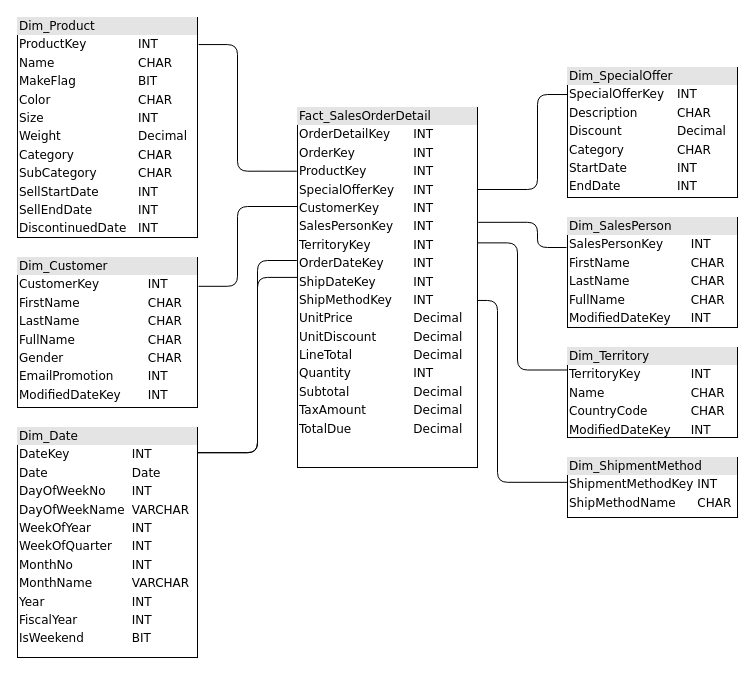
SlatanEnLexSemester4/Data-Warehousing-en-Business-Intelligence keeps this draw.io diagram as DW_diagram.drawio. Above is the earlier version. Source tidied: cells renumbered, new cells numbered last; positions are measured from the earlier drawing's top-left corner, leaving out a move shared by most shapes. Both pictures are drawn from the tidied source at 100%, with x=0, y=0 at pixel (17, 17).
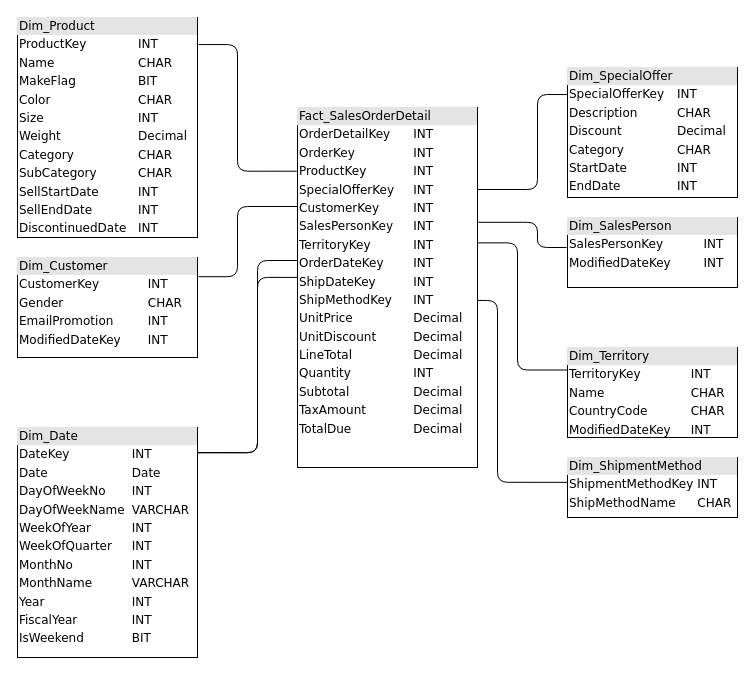
The same page after the edit.

The change refers to these unchanged cells:
```xml
<mxCell id="2" value="&lt;div style=&quot;box-sizing: border-box ; width: 100% ; background: #e4e4e4 ; padding: 2px&quot;&gt;Fact_SalesOrderDetail&lt;/div&gt;&lt;table style=&quot;width: 100% ; font-size: 1em&quot; cellspacing=&quot;0&quot; cellpadding=&quot;2&quot;&gt;&lt;tbody&gt;&lt;tr&gt;&lt;td&gt;OrderDetailKey&lt;/td&gt;&lt;td&gt;INT&lt;/td&gt;&lt;td&gt;&lt;br&gt;&lt;/td&gt;&lt;/tr&gt;&lt;tr&gt;&lt;td&gt;OrderKey&lt;/td&gt;&lt;td&gt;INT&lt;/td&gt;&lt;td&gt;&lt;br&gt;&lt;/td&gt;&lt;/tr&gt;&lt;tr&gt;&lt;td&gt;ProductKey&lt;/td&gt;&lt;td&gt;INT&lt;/td&gt;&lt;td&gt;&lt;br&gt;&lt;/td&gt;&lt;/tr&gt;&lt;tr&gt;&lt;td&gt;SpecialOfferKey&lt;br&gt;&lt;/td&gt;&lt;td&gt;INT&lt;/td&gt;&lt;td&gt;&lt;br&gt;&lt;/td&gt;&lt;/tr&gt;&lt;tr&gt;&lt;td&gt;CustomerKey&lt;br&gt;&lt;/td&gt;&lt;td&gt;INT&lt;/td&gt;&lt;td&gt;&lt;br&gt;&lt;/td&gt;&lt;/tr&gt;&lt;tr&gt;&lt;td&gt;SalesPersonKey&lt;br&gt;&lt;/td&gt;&lt;td&gt;INT&lt;/td&gt;&lt;td&gt;&lt;br&gt;&lt;/td&gt;&lt;/tr&gt;&lt;tr&gt;&lt;td&gt;TerritoryKey&lt;br&gt;&lt;/td&gt;&lt;td&gt;INT&lt;/td&gt;&lt;td&gt;&lt;br&gt;&lt;/td&gt;&lt;/tr&gt;&lt;tr&gt;&lt;td&gt;OrderDateKey&lt;br&gt;&lt;/td&gt;&lt;td&gt;INT&lt;/td&gt;&lt;td&gt;&lt;br&gt;&lt;/td&gt;&lt;/tr&gt;&lt;tr&gt;&lt;td&gt;ShipDateKey&lt;br&gt;&lt;/td&gt;&lt;td&gt;INT&lt;br&gt;&lt;/td&gt;&lt;td&gt;&lt;br&gt;&lt;/td&gt;&lt;/tr&gt;&lt;tr&gt;&lt;td&gt;ShipMethodKey&lt;br&gt;&lt;/td&gt;&lt;td&gt;INT&lt;br&gt;&lt;/td&gt;&lt;td&gt;&lt;br&gt;&lt;/td&gt;&lt;/tr&gt;&lt;tr&gt;&lt;td&gt;UnitPrice&lt;br&gt;&lt;/td&gt;&lt;td&gt;Decimal&lt;br&gt;&lt;/td&gt;&lt;td&gt;&lt;br&gt;&lt;/td&gt;&lt;/tr&gt;&lt;tr&gt;&lt;td&gt;UnitDiscount&lt;br&gt;&lt;/td&gt;&lt;td&gt;Decimal&lt;br&gt;&lt;/td&gt;&lt;td&gt;&lt;br&gt;&lt;/td&gt;&lt;/tr&gt;&lt;tr&gt;&lt;td&gt;LineTotal&lt;br&gt;&lt;/td&gt;&lt;td&gt;Decimal&lt;br&gt;&lt;/td&gt;&lt;td&gt;&lt;br&gt;&lt;/td&gt;&lt;/tr&gt;&lt;tr&gt;&lt;td&gt;Quantity&lt;br&gt;&lt;/td&gt;&lt;td&gt;INT&lt;br&gt;&lt;/td&gt;&lt;td&gt;&lt;br&gt;&lt;/td&gt;&lt;/tr&gt;&lt;tr&gt;&lt;td&gt;Subtotal&lt;br&gt;&lt;/td&gt;&lt;td&gt;Decimal&lt;br&gt;&lt;/td&gt;&lt;td&gt;&lt;br&gt;&lt;/td&gt;&lt;/tr&gt;&lt;tr&gt;&lt;td&gt;TaxAmount&lt;br&gt;&lt;/td&gt;&lt;td&gt;Decimal&lt;br&gt;&lt;/td&gt;&lt;td&gt;&lt;br&gt;&lt;/td&gt;&lt;/tr&gt;&lt;tr&gt;&lt;td&gt;TotalDue&lt;br&gt;&lt;/td&gt;&lt;td&gt;Decimal&lt;br&gt;&lt;/td&gt;&lt;td&gt;&lt;br&gt;&lt;/td&gt;&lt;/tr&gt;&lt;/tbody&gt;&lt;/table&gt;" style="verticalAlign=top;align=left;overflow=fill;html=1;rounded=0;shadow=0;comic=0;labelBackgroundColor=none;strokeWidth=1;fontFamily=Verdana;fontSize=12;" parent="1" vertex="1">
  <mxGeometry x="280" y="90" width="180" height="360" as="geometry" />
</mxCell>
```

What changed in the source:
```diff
@@
-    <mxCell id="6" value="&lt;div style=&quot;box-sizing: border-box ; width: 100% ; background: #e4e4e4 ; padding: 2px&quot;&gt;Dim_SalesPerson&lt;/div&gt;&lt;table style=&quot;width: 100% ; font-size: 1em&quot; cellspacing=&quot;0&quot; cellpadding=&quot;2&quot;&gt;&lt;tbody&gt;&lt;tr&gt;&lt;td&gt;SalesPersonKey&lt;/td&gt;&lt;td&gt;INT&lt;/td&gt;&lt;td&gt;&lt;br&gt;&lt;/td&gt;&lt;/tr&gt;&lt;tr&gt;&lt;td&gt;FirstName&lt;br&gt;&lt;/td&gt;&lt;td&gt;CHAR&lt;br&gt;&lt;/td&gt;&lt;td&gt;&lt;br&gt;&lt;/td&gt;&lt;/tr&gt;&lt;tr&gt;&lt;td&gt;LastName&lt;br&gt;&lt;/td&gt;&lt;td&gt;CHAR&lt;/td&gt;&lt;td&gt;&lt;br&gt;&lt;/td&gt;&lt;/tr&gt;&lt;tr&gt;&lt;td&gt;FullName&lt;br&gt;&lt;/td&gt;&lt;td&gt;CHAR&lt;br&gt;&lt;/td&gt;&lt;td&gt;&lt;br&gt;&lt;/td&gt;&lt;/tr&gt;&lt;tr&gt;&lt;td&gt;ModifiedDateKey&lt;br&gt;&lt;/td&gt;&lt;td&gt;INT&lt;br&gt;&lt;/td&gt;&lt;td&gt;&lt;br&gt;&lt;/td&gt;&lt;/tr&gt;&lt;tr&gt;&lt;td&gt;&lt;br&gt;&lt;/td&gt;&lt;td&gt;&lt;br&gt;&lt;/td&gt;&lt;td&gt;&lt;br&gt;&lt;/td&gt;&lt;/tr&gt;&lt;/tbody&gt;&lt;/table&gt;" style="verticalAlign=top;align=left;overflow=fill;html=1;rounded=0;shadow=0;comic=0;labelBackgroundColor=none;strokeWidth=1;fontFamily=Verdana;fontSize=12;" parent="1" vertex="1">
-      <mxGeometry x="550" y="200" width="170" height="110" as="geometry" />
+    <mxCell id="6" value="&lt;div style=&quot;box-sizing: border-box ; width: 100% ; background: #e4e4e4 ; padding: 2px&quot;&gt;Dim_SalesPerson&lt;/div&gt;&lt;table style=&quot;width: 100% ; font-size: 1em&quot; cellspacing=&quot;0&quot; cellpadding=&quot;2&quot;&gt;&lt;tbody&gt;&lt;tr&gt;&lt;td&gt;SalesPersonKey&lt;/td&gt;&lt;td&gt;INT&lt;/td&gt;&lt;td&gt;&lt;br&gt;&lt;/td&gt;&lt;/tr&gt;&lt;tr&gt;&lt;td&gt;ModifiedDateKey&lt;br&gt;&lt;/td&gt;&lt;td&gt;INT&lt;br&gt;&lt;/td&gt;&lt;td&gt;&lt;br&gt;&lt;/td&gt;&lt;/tr&gt;&lt;tr&gt;&lt;td&gt;&lt;br&gt;&lt;/td&gt;&lt;td&gt;&lt;br&gt;&lt;/td&gt;&lt;td&gt;&lt;br&gt;&lt;/td&gt;&lt;/tr&gt;&lt;/tbody&gt;&lt;/table&gt;" style="verticalAlign=top;align=left;overflow=fill;html=1;rounded=0;shadow=0;comic=0;labelBackgroundColor=none;strokeWidth=1;fontFamily=Verdana;fontSize=12;" parent="1" vertex="1">
+      <mxGeometry x="550" y="200" width="170" height="70" as="geometry" />
     </mxCell>
@@
     <mxCell id="11" style="endArrow=none;html=1;exitX=1.006;exitY=0.192;exitDx=0;exitDy=0;exitPerimeter=0;edgeStyle=orthogonalEdgeStyle;entryX=-0.002;entryY=0.275;entryDx=0;entryDy=0;entryPerimeter=0;" parent="1" edge="1" source="17" target="2">
       <mxGeometry relative="1" as="geometry">
         <Array as="points">
-          <mxPoint x="220" y="269" />
+          <mxPoint x="220" y="259" />
           <mxPoint x="220" y="189" />
         </Array>
       </mxGeometry>
     </mxCell>
@@
-    <mxCell id="17" value="&lt;div style=&quot;box-sizing: border-box ; width: 100% ; background: #e4e4e4 ; padding: 2px&quot;&gt;Dim_Customer&lt;/div&gt;&lt;table style=&quot;width: 100% ; font-size: 1em&quot; cellspacing=&quot;0&quot; cellpadding=&quot;2&quot;&gt;&lt;tbody&gt;&lt;tr&gt;&lt;td&gt;CustomerKey&lt;/td&gt;&lt;td&gt;INT&lt;/td&gt;&lt;td&gt;&lt;br&gt;&lt;/td&gt;&lt;/tr&gt;&lt;tr&gt;&lt;td&gt;FirstName&lt;br&gt;&lt;/td&gt;&lt;td&gt;CHAR&lt;br&gt;&lt;/td&gt;&lt;td&gt;&lt;br&gt;&lt;/td&gt;&lt;/tr&gt;&lt;tr&gt;&lt;td&gt;LastName&lt;br&gt;&lt;/td&gt;&lt;td&gt;CHAR&lt;/td&gt;&lt;td&gt;&lt;br&gt;&lt;/td&gt;&lt;/tr&gt;&lt;tr&gt;&lt;td&gt;FullName&lt;br&gt;&lt;/td&gt;&lt;td&gt;CHAR&lt;br&gt;&lt;/td&gt;&lt;td&gt;&lt;br&gt;&lt;/td&gt;&lt;/tr&gt;&lt;tr&gt;&lt;td&gt;Gender&lt;br&gt;&lt;/td&gt;&lt;td&gt;CHAR&lt;br&gt;&lt;/td&gt;&lt;td&gt;&lt;br&gt;&lt;/td&gt;&lt;/tr&gt;&lt;tr&gt;&lt;td&gt;EmailPromotion&lt;br&gt;&lt;/td&gt;&lt;td&gt;INT&lt;br&gt;&lt;/td&gt;&lt;td&gt;&lt;br&gt;&lt;/td&gt;&lt;/tr&gt;&lt;tr&gt;&lt;td&gt;ModifiedDateKey&lt;br&gt;&lt;/td&gt;&lt;td&gt;INT&lt;br&gt;&lt;/td&gt;&lt;td&gt;&lt;br&gt;&lt;/td&gt;&lt;/tr&gt;&lt;/tbody&gt;&lt;/table&gt;" style="verticalAlign=top;align=left;overflow=fill;html=1;rounded=0;shadow=0;comic=0;labelBackgroundColor=none;strokeWidth=1;fontFamily=Verdana;fontSize=12;" parent="1" vertex="1">
-      <mxGeometry y="240" width="180" height="150" as="geometry" />
+    <mxCell id="17" value="&lt;div style=&quot;box-sizing: border-box ; width: 100% ; background: #e4e4e4 ; padding: 2px&quot;&gt;Dim_Customer&lt;/div&gt;&lt;table style=&quot;width: 100% ; font-size: 1em&quot; cellspacing=&quot;0&quot; cellpadding=&quot;2&quot;&gt;&lt;tbody&gt;&lt;tr&gt;&lt;td&gt;CustomerKey&lt;/td&gt;&lt;td&gt;INT&lt;/td&gt;&lt;td&gt;&lt;br&gt;&lt;/td&gt;&lt;/tr&gt;&lt;tr&gt;&lt;td&gt;Gender&lt;br&gt;&lt;/td&gt;&lt;td&gt;CHAR&lt;br&gt;&lt;/td&gt;&lt;td&gt;&lt;br&gt;&lt;/td&gt;&lt;/tr&gt;&lt;tr&gt;&lt;td&gt;EmailPromotion&lt;br&gt;&lt;/td&gt;&lt;td&gt;INT&lt;br&gt;&lt;/td&gt;&lt;td&gt;&lt;br&gt;&lt;/td&gt;&lt;/tr&gt;&lt;tr&gt;&lt;td&gt;ModifiedDateKey&lt;br&gt;&lt;/td&gt;&lt;td&gt;INT&lt;br&gt;&lt;/td&gt;&lt;td&gt;&lt;br&gt;&lt;/td&gt;&lt;/tr&gt;&lt;/tbody&gt;&lt;/table&gt;" style="verticalAlign=top;align=left;overflow=fill;html=1;rounded=0;shadow=0;comic=0;labelBackgroundColor=none;strokeWidth=1;fontFamily=Verdana;fontSize=12;" parent="1" vertex="1">
+      <mxGeometry y="240" width="180" height="100" as="geometry" />
     </mxCell>
```
